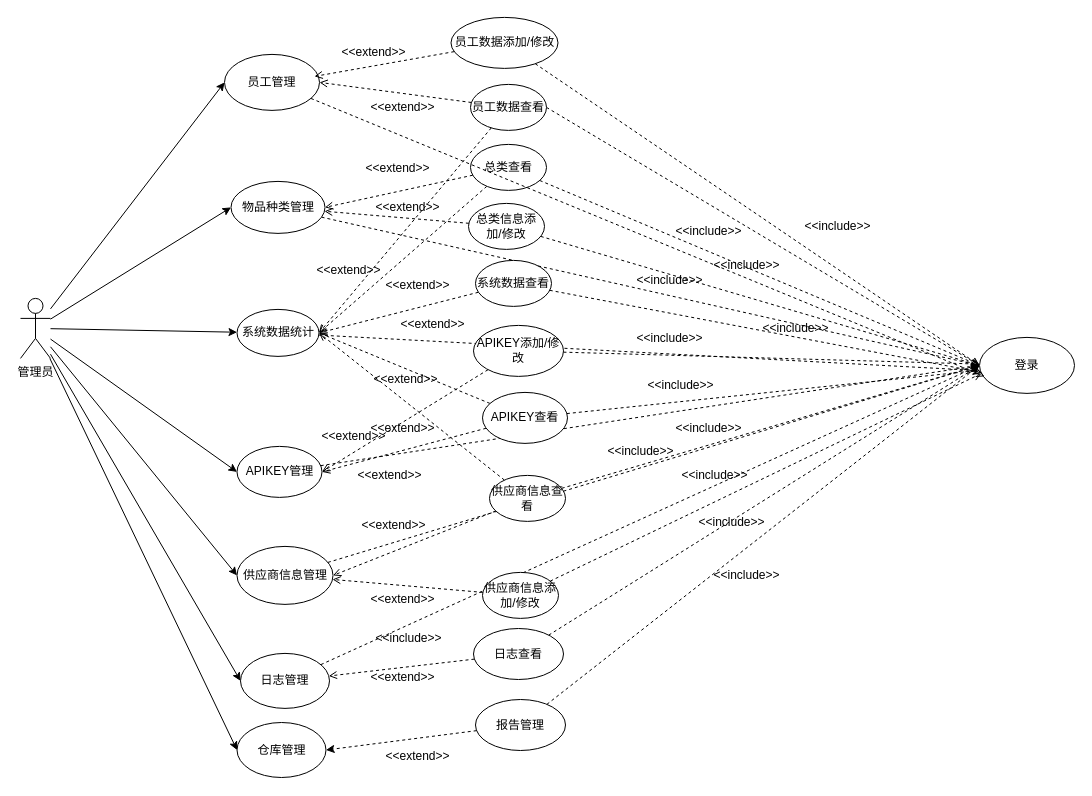
This is save/管理员用例图.drawio from kehaha-5/drawio, a draw.io file, before an edit. Source tidied: cells renumbered, new cells numbered last; positions are measured from the earlier drawing's top-left corner, leaving out a move shared by most shapes. Both pictures are drawn from the tidied source at 100%, with x=0, y=0 at pixel (20, 17).
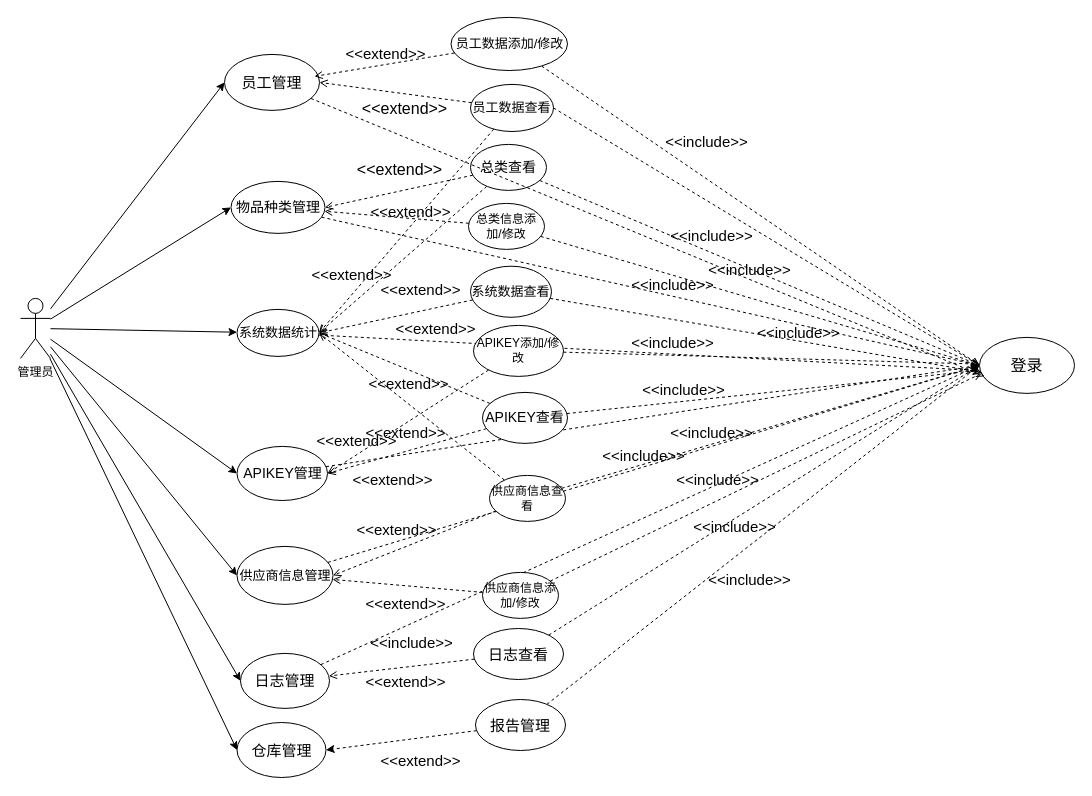
The same diagram, later.

Commit message:
更新管理员用例图.drawio

What changed in the source:
```diff
@@
-    <mxCell id="10" value="员工管理" style="ellipse;whiteSpace=wrap;html=1;" parent="1" vertex="1">
+    <mxCell id="10" value="&lt;font style=&quot;font-size: 15px;&quot;&gt;员工管理&lt;/font&gt;" style="ellipse;whiteSpace=wrap;html=1;" parent="1" vertex="1">
       <mxGeometry x="204" y="36.9" width="95" height="56" as="geometry" />
     </mxCell>
@@
-    <mxCell id="12" value="物品种类管理" style="ellipse;whiteSpace=wrap;html=1;" parent="1" vertex="1">
+    <mxCell id="12" value="&lt;font style=&quot;font-size: 14px;&quot;&gt;物品种类管理&lt;/font&gt;" style="ellipse;whiteSpace=wrap;html=1;" parent="1" vertex="1">
       <mxGeometry x="210.5" y="163.9" width="94" height="52" as="geometry" />
     </mxCell>
@@
-    <mxCell id="14" value="供应商信息管理" style="ellipse;whiteSpace=wrap;html=1;" parent="1" vertex="1">
+    <mxCell id="14" value="&lt;font style=&quot;font-size: 13px;&quot;&gt;供应商信息管理&lt;/font&gt;" style="ellipse;whiteSpace=wrap;html=1;" parent="1" vertex="1">
       <mxGeometry x="216.5" y="528.9" width="96" height="58" as="geometry" />
     </mxCell>
@@
-    <mxCell id="16" value="APIKEY管理" style="ellipse;whiteSpace=wrap;html=1;" parent="1" vertex="1">
-      <mxGeometry x="216.5" y="428.9" width="85" height="51" as="geometry" />
+    <mxCell id="16" value="&lt;font style=&quot;font-size: 14px;&quot;&gt;APIKEY管理&lt;/font&gt;" style="ellipse;whiteSpace=wrap;html=1;" parent="1" vertex="1">
+      <mxGeometry x="216.5" y="428.9" width="90.5" height="54.1" as="geometry" />
     </mxCell>
@@
-    <mxCell id="18" value="系统数据统计" style="ellipse;whiteSpace=wrap;html=1;" parent="1" vertex="1">
+    <mxCell id="18" value="&lt;font style=&quot;font-size: 13px;&quot;&gt;系统数据统计&lt;/font&gt;" style="ellipse;whiteSpace=wrap;html=1;" parent="1" vertex="1">
       <mxGeometry x="216.5" y="291.9" width="82" height="47" as="geometry" />
     </mxCell>
@@
-    <mxCell id="20" value="日志管理" style="ellipse;whiteSpace=wrap;html=1;" parent="1" vertex="1">
+    <mxCell id="20" value="&lt;font style=&quot;font-size: 15px;&quot;&gt;日志管理&lt;/font&gt;" style="ellipse;whiteSpace=wrap;html=1;" parent="1" vertex="1">
       <mxGeometry x="220" y="635.9" width="89" height="55" as="geometry" />
     </mxCell>
@@
-    <mxCell id="24" value="员工数据查看" style="ellipse;whiteSpace=wrap;html=1;" parent="1" vertex="1">
-      <mxGeometry x="450" y="66.9" width="76" height="46" as="geometry" />
+    <mxCell id="24" value="&lt;font style=&quot;font-size: 13px;&quot;&gt;员工数据查看&lt;/font&gt;" style="ellipse;whiteSpace=wrap;html=1;" parent="1" vertex="1">
+      <mxGeometry x="450" y="66.9" width="83" height="47.1" as="geometry" />
     </mxCell>
@@
-    <mxCell id="26" value="员工数据添加/修改" style="ellipse;whiteSpace=wrap;html=1;" parent="1" vertex="1">
-      <mxGeometry x="430.5" y="-0.1" width="107" height="51" as="geometry" />
+    <mxCell id="26" value="&lt;font style=&quot;font-size: 13px;&quot;&gt;员工数据添加/修改&lt;/font&gt;" style="ellipse;whiteSpace=wrap;html=1;" parent="1" vertex="1">
+      <mxGeometry x="430.5" y="-0.1" width="116.5" height="53.1" as="geometry" />
     </mxCell>
@@
-    <mxCell id="30" value="总类查看" style="ellipse;whiteSpace=wrap;html=1;" parent="1" vertex="1">
+    <mxCell id="30" value="&lt;font style=&quot;font-size: 14px;&quot;&gt;总类查看&lt;/font&gt;" style="ellipse;whiteSpace=wrap;html=1;" parent="1" vertex="1">
       <mxGeometry x="450" y="126.9" width="76" height="46" as="geometry" />
     </mxCell>
@@
-    <mxCell id="43" value="APIKEY查看" style="ellipse;whiteSpace=wrap;html=1;" parent="1" vertex="1">
+    <mxCell id="43" value="&lt;font style=&quot;font-size: 14px;&quot;&gt;APIKEY查看&lt;/font&gt;" style="ellipse;whiteSpace=wrap;html=1;" parent="1" vertex="1">
       <mxGeometry x="462" y="374.9" width="85" height="51" as="geometry" />
     </mxCell>
@@
-    <mxCell id="49" value="日志查看" style="ellipse;whiteSpace=wrap;html=1;" parent="1" vertex="1">
+    <mxCell id="49" value="&lt;font style=&quot;font-size: 15px;&quot;&gt;日志查看&lt;/font&gt;" style="ellipse;whiteSpace=wrap;html=1;" parent="1" vertex="1">
       <mxGeometry x="453" y="611" width="90" height="51" as="geometry" />
     </mxCell>
@@
-    <mxCell id="51" value="系统数据查看" style="ellipse;whiteSpace=wrap;html=1;" parent="1" vertex="1">
-      <mxGeometry x="455" y="242.9" width="76" height="46" as="geometry" />
+    <mxCell id="51" value="&lt;font style=&quot;font-size: 13px;&quot;&gt;系统数据查看&lt;/font&gt;" style="ellipse;whiteSpace=wrap;html=1;" parent="1" vertex="1">
+      <mxGeometry x="450" y="248.7" width="81" height="51.1" as="geometry" />
     </mxCell>
-    <mxCell id="52" value="&amp;lt;&amp;lt;extend&amp;gt;&amp;gt;" style="text;html=1;align=center;verticalAlign=middle;strokeColor=none;fillColor=none;" parent="1" vertex="1">
-      <mxGeometry x="287" y="239.9" width="82" height="26" as="geometry" />
+    <mxCell id="52" value="&amp;lt;&amp;lt;extend&amp;gt;&amp;gt;" style="text;html=1;align=center;verticalAlign=middle;strokeColor=none;fillColor=none;fontSize=15;" parent="1" vertex="1">
+      <mxGeometry x="282" y="241.9" width="98" height="30" as="geometry" />
     </mxCell>
@@
-    <mxCell id="54" value="&amp;lt;&amp;lt;extend&amp;gt;&amp;gt;" style="text;html=1;align=center;verticalAlign=middle;strokeColor=none;fillColor=none;" parent="1" vertex="1">
-      <mxGeometry x="312" y="21.9" width="82" height="26" as="geometry" />
+    <mxCell id="54" value="&amp;lt;&amp;lt;extend&amp;gt;&amp;gt;" style="text;html=1;align=center;verticalAlign=middle;strokeColor=none;fillColor=none;fontSize=15;" parent="1" vertex="1">
+      <mxGeometry x="315.5" y="20.9" width="98" height="30" as="geometry" />
     </mxCell>
-    <mxCell id="55" value="&amp;lt;&amp;lt;extend&amp;gt;&amp;gt;" style="text;html=1;align=center;verticalAlign=middle;strokeColor=none;fillColor=none;" parent="1" vertex="1">
-      <mxGeometry x="341" y="76.9" width="82" height="26" as="geometry" />
+    <mxCell id="55" value="&amp;lt;&amp;lt;extend&amp;gt;&amp;gt;" style="text;html=1;align=center;verticalAlign=middle;strokeColor=none;fillColor=none;fontSize=16;" parent="1" vertex="1">
+      <mxGeometry x="332" y="75.9" width="103" height="31" as="geometry" />
     </mxCell>
-    <mxCell id="56" value="&amp;lt;&amp;lt;extend&amp;gt;&amp;gt;" style="text;html=1;align=center;verticalAlign=middle;strokeColor=none;fillColor=none;" parent="1" vertex="1">
-      <mxGeometry x="336" y="137.9" width="82" height="26" as="geometry" />
+    <mxCell id="56" value="&amp;lt;&amp;lt;extend&amp;gt;&amp;gt;" style="text;html=1;align=center;verticalAlign=middle;strokeColor=none;fillColor=none;fontSize=16;" parent="1" vertex="1">
+      <mxGeometry x="327" y="136.9" width="103" height="31" as="geometry" />
     </mxCell>
-    <mxCell id="57" value="&amp;lt;&amp;lt;extend&amp;gt;&amp;gt;" style="text;html=1;align=center;verticalAlign=middle;strokeColor=none;fillColor=none;" parent="1" vertex="1">
-      <mxGeometry x="346" y="176.9" width="82" height="26" as="geometry" />
+    <mxCell id="57" value="&amp;lt;&amp;lt;extend&amp;gt;&amp;gt;" style="text;html=1;align=center;verticalAlign=middle;strokeColor=none;fillColor=none;fontSize=15;" parent="1" vertex="1">
+      <mxGeometry x="341" y="178.9" width="98" height="30" as="geometry" />
     </mxCell>
-    <mxCell id="58" value="&amp;lt;&amp;lt;extend&amp;gt;&amp;gt;" style="text;html=1;align=center;verticalAlign=middle;strokeColor=none;fillColor=none;" parent="1" vertex="1">
-      <mxGeometry x="356" y="254.9" width="82" height="26" as="geometry" />
+    <mxCell id="58" value="&amp;lt;&amp;lt;extend&amp;gt;&amp;gt;" style="text;html=1;align=center;verticalAlign=middle;strokeColor=none;fillColor=none;fontSize=15;" parent="1" vertex="1">
+      <mxGeometry x="351" y="256.9" width="98" height="30" as="geometry" />
     </mxCell>
-    <mxCell id="59" value="&amp;lt;&amp;lt;extend&amp;gt;&amp;gt;" style="text;html=1;align=center;verticalAlign=middle;strokeColor=none;fillColor=none;" parent="1" vertex="1">
-      <mxGeometry x="371" y="293.9" width="82" height="26" as="geometry" />
+    <mxCell id="59" value="&amp;lt;&amp;lt;extend&amp;gt;&amp;gt;" style="text;html=1;align=center;verticalAlign=middle;strokeColor=none;fillColor=none;fontSize=15;" parent="1" vertex="1">
+      <mxGeometry x="366" y="295.9" width="98" height="30" as="geometry" />
     </mxCell>
-    <mxCell id="60" value="&amp;lt;&amp;lt;extend&amp;gt;&amp;gt;" style="text;html=1;align=center;verticalAlign=middle;strokeColor=none;fillColor=none;" parent="1" vertex="1">
-      <mxGeometry x="344" y="348.9" width="82" height="26" as="geometry" />
+    <mxCell id="60" value="&amp;lt;&amp;lt;extend&amp;gt;&amp;gt;" style="text;html=1;align=center;verticalAlign=middle;strokeColor=none;fillColor=none;fontSize=15;" parent="1" vertex="1">
+      <mxGeometry x="339" y="350.9" width="98" height="30" as="geometry" />
     </mxCell>
-    <mxCell id="61" value="&amp;lt;&amp;lt;extend&amp;gt;&amp;gt;" style="text;html=1;align=center;verticalAlign=middle;strokeColor=none;fillColor=none;" parent="1" vertex="1">
-      <mxGeometry x="341" y="397.9" width="82" height="26" as="geometry" />
+    <mxCell id="61" value="&amp;lt;&amp;lt;extend&amp;gt;&amp;gt;" style="text;html=1;align=center;verticalAlign=middle;strokeColor=none;fillColor=none;fontSize=15;" parent="1" vertex="1">
+      <mxGeometry x="336" y="399.9" width="98" height="30" as="geometry" />
     </mxCell>
-    <mxCell id="62" value="&amp;lt;&amp;lt;extend&amp;gt;&amp;gt;" style="text;html=1;align=center;verticalAlign=middle;strokeColor=none;fillColor=none;" parent="1" vertex="1">
-      <mxGeometry x="292" y="405.9" width="82" height="26" as="geometry" />
+    <mxCell id="62" value="&amp;lt;&amp;lt;extend&amp;gt;&amp;gt;" style="text;html=1;align=center;verticalAlign=middle;strokeColor=none;fillColor=none;fontSize=15;" parent="1" vertex="1">
+      <mxGeometry x="287" y="407.9" width="98" height="30" as="geometry" />
     </mxCell>
-    <mxCell id="63" value="&amp;lt;&amp;lt;extend&amp;gt;&amp;gt;" style="text;html=1;align=center;verticalAlign=middle;strokeColor=none;fillColor=none;" parent="1" vertex="1">
-      <mxGeometry x="328" y="444.9" width="82" height="26" as="geometry" />
+    <mxCell id="63" value="&amp;lt;&amp;lt;extend&amp;gt;&amp;gt;" style="text;html=1;align=center;verticalAlign=middle;strokeColor=none;fillColor=none;fontSize=15;" parent="1" vertex="1">
+      <mxGeometry x="323" y="446.9" width="98" height="30" as="geometry" />
     </mxCell>
-    <mxCell id="64" value="&amp;lt;&amp;lt;extend&amp;gt;&amp;gt;" style="text;html=1;align=center;verticalAlign=middle;strokeColor=none;fillColor=none;" parent="1" vertex="1">
-      <mxGeometry x="332" y="494.9" width="82" height="26" as="geometry" />
+    <mxCell id="64" value="&amp;lt;&amp;lt;extend&amp;gt;&amp;gt;" style="text;html=1;align=center;verticalAlign=middle;strokeColor=none;fillColor=none;fontSize=15;" parent="1" vertex="1">
+      <mxGeometry x="327" y="496.9" width="98" height="30" as="geometry" />
     </mxCell>
-    <mxCell id="65" value="&amp;lt;&amp;lt;extend&amp;gt;&amp;gt;" style="text;html=1;align=center;verticalAlign=middle;strokeColor=none;fillColor=none;" parent="1" vertex="1">
-      <mxGeometry x="341" y="568.9" width="82" height="26" as="geometry" />
+    <mxCell id="65" value="&amp;lt;&amp;lt;extend&amp;gt;&amp;gt;" style="text;html=1;align=center;verticalAlign=middle;strokeColor=none;fillColor=none;fontSize=15;" parent="1" vertex="1">
+      <mxGeometry x="336" y="570.9" width="98" height="30" as="geometry" />
     </mxCell>
-    <mxCell id="66" value="&amp;lt;&amp;lt;extend&amp;gt;&amp;gt;" style="text;html=1;align=center;verticalAlign=middle;strokeColor=none;fillColor=none;" parent="1" vertex="1">
-      <mxGeometry x="341" y="646.9" width="82" height="26" as="geometry" />
+    <mxCell id="66" value="&amp;lt;&amp;lt;extend&amp;gt;&amp;gt;" style="text;html=1;align=center;verticalAlign=middle;strokeColor=none;fillColor=none;fontSize=15;" parent="1" vertex="1">
+      <mxGeometry x="336" y="648.9" width="98" height="30" as="geometry" />
     </mxCell>
-    <mxCell id="67" value="登录" style="ellipse;whiteSpace=wrap;html=1;" parent="1" vertex="1">
+    <mxCell id="67" value="&lt;font style=&quot;font-size: 16px;&quot;&gt;登录&lt;/font&gt;" style="ellipse;whiteSpace=wrap;html=1;" parent="1" vertex="1">
       <mxGeometry x="959" y="319.9" width="95" height="56" as="geometry" />
     </mxCell>
-    <mxCell id="68" value="&amp;lt;&amp;lt;include&amp;gt;&amp;gt;" style="text;html=1;align=center;verticalAlign=middle;strokeColor=none;fillColor=none;" parent="1" vertex="1">
-      <mxGeometry x="775" y="195.9" width="84" height="26" as="geometry" />
+    <mxCell id="68" value="&lt;font&gt;&amp;lt;&amp;lt;include&amp;gt;&amp;gt;&lt;/font&gt;" style="text;html=1;align=center;verticalAlign=middle;strokeColor=none;fillColor=none;fontSize=15;" parent="1" vertex="1">
+      <mxGeometry x="635" y="108.9" width="101" height="30" as="geometry" />
     </mxCell>
-    <mxCell id="69" value="&amp;lt;&amp;lt;include&amp;gt;&amp;gt;" style="text;html=1;align=center;verticalAlign=middle;strokeColor=none;fillColor=none;" parent="1" vertex="1">
-      <mxGeometry x="684" y="234.9" width="84" height="26" as="geometry" />
+    <mxCell id="69" value="&amp;lt;&amp;lt;include&amp;gt;&amp;gt;" style="text;html=1;align=center;verticalAlign=middle;strokeColor=none;fillColor=none;fontSize=15;" parent="1" vertex="1">
+      <mxGeometry x="678" y="236.9" width="101" height="30" as="geometry" />
     </mxCell>
-    <mxCell id="70" value="&amp;lt;&amp;lt;include&amp;gt;&amp;gt;" style="text;html=1;align=center;verticalAlign=middle;strokeColor=none;fillColor=none;" parent="1" vertex="1">
-      <mxGeometry x="646" y="200.9" width="84" height="26" as="geometry" />
+    <mxCell id="70" value="&amp;lt;&amp;lt;include&amp;gt;&amp;gt;" style="text;html=1;align=center;verticalAlign=middle;strokeColor=none;fillColor=none;fontSize=15;" parent="1" vertex="1">
+      <mxGeometry x="640" y="202.9" width="101" height="30" as="geometry" />
     </mxCell>
-    <mxCell id="71" value="&amp;lt;&amp;lt;include&amp;gt;&amp;gt;" style="text;html=1;align=center;verticalAlign=middle;strokeColor=none;fillColor=none;" parent="1" vertex="1">
-      <mxGeometry x="733" y="297.9" width="84" height="26" as="geometry" />
+    <mxCell id="71" value="&amp;lt;&amp;lt;include&amp;gt;&amp;gt;" style="text;html=1;align=center;verticalAlign=middle;strokeColor=none;fillColor=none;fontSize=15;" parent="1" vertex="1">
+      <mxGeometry x="727" y="299.9" width="101" height="30" as="geometry" />
     </mxCell>
@@
-    <mxCell id="73" value="&amp;lt;&amp;lt;include&amp;gt;&amp;gt;" style="text;html=1;align=center;verticalAlign=middle;strokeColor=none;fillColor=none;" parent="1" vertex="1">
-      <mxGeometry x="607" y="249.9" width="84" height="26" as="geometry" />
+    <mxCell id="73" value="&amp;lt;&amp;lt;include&amp;gt;&amp;gt;" style="text;html=1;align=center;verticalAlign=middle;strokeColor=none;fillColor=none;fontSize=15;" parent="1" vertex="1">
+      <mxGeometry x="601" y="251.9" width="101" height="30" as="geometry" />
     </mxCell>
-    <mxCell id="74" value="&amp;lt;&amp;lt;include&amp;gt;&amp;gt;" style="text;html=1;align=center;verticalAlign=middle;strokeColor=none;fillColor=none;" parent="1" vertex="1">
-      <mxGeometry x="607" y="307.9" width="84" height="26" as="geometry" />
+    <mxCell id="74" value="&amp;lt;&amp;lt;include&amp;gt;&amp;gt;" style="text;html=1;align=center;verticalAlign=middle;strokeColor=none;fillColor=none;fontSize=15;" parent="1" vertex="1">
+      <mxGeometry x="601" y="309.9" width="101" height="30" as="geometry" />
     </mxCell>
-    <mxCell id="75" value="&amp;lt;&amp;lt;include&amp;gt;&amp;gt;" style="text;html=1;align=center;verticalAlign=middle;strokeColor=none;fillColor=none;" parent="1" vertex="1">
-      <mxGeometry x="618" y="354.9" width="84" height="26" as="geometry" />
+    <mxCell id="75" value="&amp;lt;&amp;lt;include&amp;gt;&amp;gt;" style="text;html=1;align=center;verticalAlign=middle;strokeColor=none;fillColor=none;fontSize=15;" parent="1" vertex="1">
+      <mxGeometry x="612" y="356.9" width="101" height="30" as="geometry" />
     </mxCell>
-    <mxCell id="76" value="&amp;lt;&amp;lt;include&amp;gt;&amp;gt;" style="text;html=1;align=center;verticalAlign=middle;strokeColor=none;fillColor=none;" parent="1" vertex="1">
-      <mxGeometry x="646" y="397.9" width="84" height="26" as="geometry" />
+    <mxCell id="76" value="&amp;lt;&amp;lt;include&amp;gt;&amp;gt;" style="text;html=1;align=center;verticalAlign=middle;strokeColor=none;fillColor=none;fontSize=15;" parent="1" vertex="1">
+      <mxGeometry x="640" y="399.9" width="101" height="30" as="geometry" />
     </mxCell>
@@
-    <mxCell id="78" value="&amp;lt;&amp;lt;include&amp;gt;&amp;gt;" style="text;html=1;align=center;verticalAlign=middle;strokeColor=none;fillColor=none;" parent="1" vertex="1">
-      <mxGeometry x="652" y="444.9" width="84" height="26" as="geometry" />
+    <mxCell id="78" value="&amp;lt;&amp;lt;include&amp;gt;&amp;gt;" style="text;html=1;align=center;verticalAlign=middle;strokeColor=none;fillColor=none;fontSize=15;" parent="1" vertex="1">
+      <mxGeometry x="646" y="446.9" width="101" height="30" as="geometry" />
     </mxCell>
-    <mxCell id="79" value="&amp;lt;&amp;lt;include&amp;gt;&amp;gt;" style="text;html=1;align=center;verticalAlign=middle;strokeColor=none;fillColor=none;" parent="1" vertex="1">
-      <mxGeometry x="669" y="491.9" width="84" height="26" as="geometry" />
+    <mxCell id="79" value="&amp;lt;&amp;lt;include&amp;gt;&amp;gt;" style="text;html=1;align=center;verticalAlign=middle;strokeColor=none;fillColor=none;fontSize=15;" parent="1" vertex="1">
+      <mxGeometry x="663" y="493.9" width="101" height="30" as="geometry" />
     </mxCell>
-    <mxCell id="80" value="&amp;lt;&amp;lt;include&amp;gt;&amp;gt;" style="text;html=1;align=center;verticalAlign=middle;strokeColor=none;fillColor=none;" parent="1" vertex="1">
-      <mxGeometry x="346" y="607.9" width="84" height="26" as="geometry" />
+    <mxCell id="80" value="&amp;lt;&amp;lt;include&amp;gt;&amp;gt;" style="text;html=1;align=center;verticalAlign=middle;strokeColor=none;fillColor=none;fontSize=15;" parent="1" vertex="1">
+      <mxGeometry x="340" y="609.9" width="101" height="30" as="geometry" />
     </mxCell>
-    <mxCell id="81" value="&amp;lt;&amp;lt;include&amp;gt;&amp;gt;" style="text;html=1;align=center;verticalAlign=middle;strokeColor=none;fillColor=none;" parent="1" vertex="1">
-      <mxGeometry x="578" y="420.9" width="84" height="26" as="geometry" />
+    <mxCell id="81" value="&amp;lt;&amp;lt;include&amp;gt;&amp;gt;" style="text;html=1;align=center;verticalAlign=middle;strokeColor=none;fillColor=none;fontSize=15;" parent="1" vertex="1">
+      <mxGeometry x="572" y="422.9" width="101" height="30" as="geometry" />
     </mxCell>
@@
-    <mxCell id="85" value="报告管理" style="ellipse;whiteSpace=wrap;html=1;" parent="1" vertex="1">
+    <mxCell id="85" value="&lt;font style=&quot;font-size: 15px;&quot;&gt;报告管理&lt;/font&gt;" style="ellipse;whiteSpace=wrap;html=1;" parent="1" vertex="1">
       <mxGeometry x="455" y="682" width="90" height="51" as="geometry" />
     </mxCell>
-    <mxCell id="86" value="仓库管理" style="ellipse;whiteSpace=wrap;html=1;" parent="1" vertex="1">
+    <mxCell id="86" value="&lt;font style=&quot;font-size: 15px;&quot;&gt;仓库管理&lt;/font&gt;" style="ellipse;whiteSpace=wrap;html=1;" parent="1" vertex="1">
       <mxGeometry x="216.5" y="705" width="89" height="55" as="geometry" />
     </mxCell>
-    <mxCell id="87" value="&amp;lt;&amp;lt;extend&amp;gt;&amp;gt;" style="text;html=1;align=center;verticalAlign=middle;strokeColor=none;fillColor=none;" parent="1" vertex="1">
-      <mxGeometry x="356" y="726" width="82" height="26" as="geometry" />
+    <mxCell id="87" value="&amp;lt;&amp;lt;extend&amp;gt;&amp;gt;" style="text;html=1;align=center;verticalAlign=middle;strokeColor=none;fillColor=none;fontSize=15;" parent="1" vertex="1">
+      <mxGeometry x="351" y="728" width="98" height="30" as="geometry" />
     </mxCell>
-    <mxCell id="88" value="&amp;lt;&amp;lt;include&amp;gt;&amp;gt;" style="text;html=1;align=center;verticalAlign=middle;strokeColor=none;fillColor=none;" parent="1" vertex="1">
-      <mxGeometry x="684" y="544.9" width="84" height="26" as="geometry" />
+    <mxCell id="88" value="&amp;lt;&amp;lt;include&amp;gt;&amp;gt;" style="text;html=1;align=center;verticalAlign=middle;strokeColor=none;fillColor=none;fontSize=15;" parent="1" vertex="1">
+      <mxGeometry x="678" y="546.9" width="101" height="30" as="geometry" />
     </mxCell>
```
